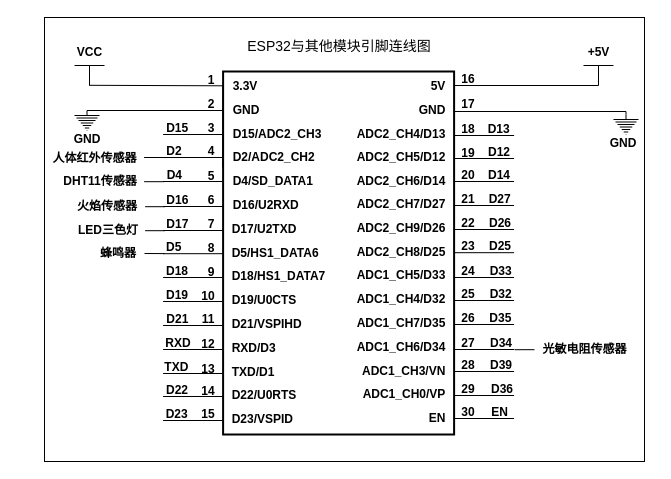
This is esp32主控芯片连接图.drawio from zhangruyi3906/img, a draw.io file, before an edit. Source tidied: cells renumbered, new cells numbered last; positions are measured from the earlier drawing's top-left corner, leaving out a move shared by most shapes. Both pictures are drawn from the tidied source at 100%, with x=0, y=0 at pixel (24, 17).
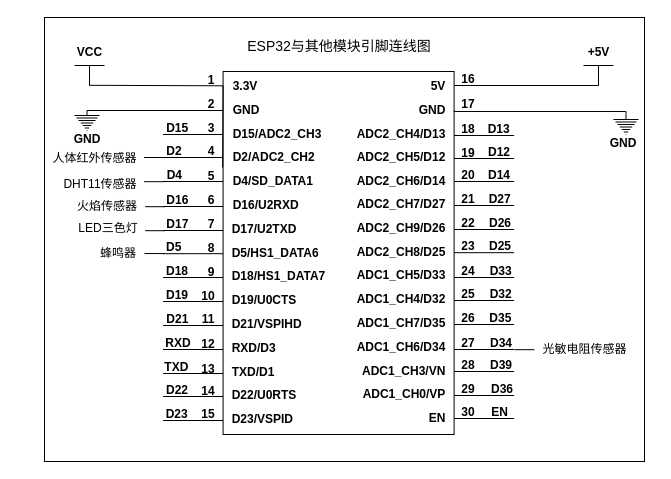
The same diagram, later.

Commit message:
更新esp32主控芯片连接图.drawio

Diff of the diagram source:
```diff
@@
-    <mxCell id="3" style="rounded=0;whiteSpace=wrap;html=1;direction=south;strokeWidth=2;rotation=0;" parent="1" vertex="1">
+    <mxCell id="3" style="rounded=0;whiteSpace=wrap;html=1;direction=south;strokeWidth=1;rotation=0;" parent="1" vertex="1">
       <mxGeometry x="198.6" y="54" width="231" height="363" as="geometry" />
     </mxCell>
@@
-    <mxCell id="134" value="&lt;font&gt;&lt;b style=&quot;&quot;&gt;DHT11传感器&lt;/b&gt;&lt;/font&gt;" style="text;html=1;align=center;verticalAlign=middle;whiteSpace=wrap;rounded=0;" parent="1" vertex="1">
-      <mxGeometry x="25.6" y="149" width="100" height="30" as="geometry" />
+    <mxCell id="134" value="&lt;font&gt;DHT11传感器&lt;/font&gt;" style="text;html=1;align=center;verticalAlign=middle;whiteSpace=wrap;rounded=0;" parent="1" vertex="1">
+      <mxGeometry x="25.6" y="149" width="100" height="35" as="geometry" />
     </mxCell>
-    <mxCell id="135" value="&lt;b&gt;&lt;font&gt;LED三色灯&lt;/font&gt;&lt;/b&gt;" style="text;html=1;align=center;verticalAlign=middle;whiteSpace=wrap;rounded=0;" parent="1" vertex="1">
-      <mxGeometry x="43.6" y="198" width="80" height="30" as="geometry" />
+    <mxCell id="135" value="&lt;font style=&quot;&quot;&gt;LED三色灯&lt;/font&gt;" style="text;html=1;align=center;verticalAlign=middle;whiteSpace=wrap;rounded=0;" parent="1" vertex="1">
+      <mxGeometry x="43.6" y="198" width="80" height="26" as="geometry" />
     </mxCell>
-    <mxCell id="136" value="&lt;b&gt;火焰传感器&lt;/b&gt;" style="text;html=1;align=center;verticalAlign=middle;whiteSpace=wrap;rounded=0;" parent="1" vertex="1">
+    <mxCell id="136" value="火焰传感器" style="text;html=1;align=center;verticalAlign=middle;whiteSpace=wrap;rounded=0;" parent="1" vertex="1">
       <mxGeometry x="43" y="174" width="80" height="30" as="geometry" />
     </mxCell>
-    <mxCell id="137" value="&lt;b&gt;光敏电阻传感器&lt;/b&gt;" style="text;html=1;align=center;verticalAlign=middle;whiteSpace=wrap;rounded=0;" parent="1" vertex="1">
+    <mxCell id="137" value="光敏电阻传感器" style="text;html=1;align=center;verticalAlign=middle;whiteSpace=wrap;rounded=0;" parent="1" vertex="1">
       <mxGeometry x="510" y="317" width="101" height="30" as="geometry" />
     </mxCell>
-    <mxCell id="138" value="人体红外传感器" style="text;html=1;align=center;verticalAlign=middle;whiteSpace=wrap;rounded=0;fontStyle=1;" parent="1" vertex="1">
+    <mxCell id="138" value="&lt;span style=&quot;font-weight: normal;&quot;&gt;人体红外传感器&lt;/span&gt;" style="text;html=1;align=center;verticalAlign=middle;whiteSpace=wrap;rounded=0;fontStyle=1;" parent="1" vertex="1">
       <mxGeometry x="24" y="126" width="92.6" height="30" as="geometry" />
     </mxCell>
-    <mxCell id="139" value="&lt;b&gt;蜂鸣器&lt;/b&gt;" style="text;html=1;align=center;verticalAlign=middle;whiteSpace=wrap;rounded=0;" parent="1" vertex="1">
+    <mxCell id="139" value="蜂鸣器" style="text;html=1;align=center;verticalAlign=middle;whiteSpace=wrap;rounded=0;" parent="1" vertex="1">
       <mxGeometry x="63.6" y="221" width="60" height="30" as="geometry" />
     </mxCell>
```
